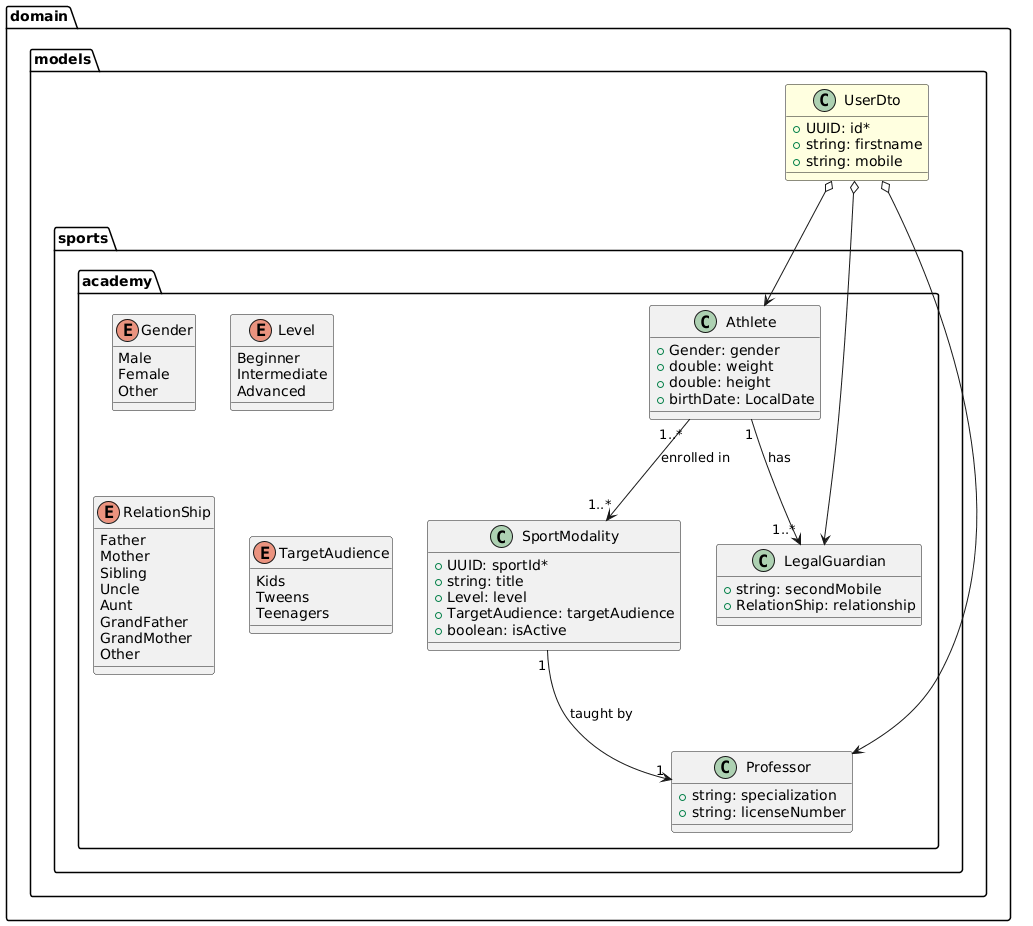
Earlier version of the PlantUML export docs/sports.academy.png (miw-upm/apaw-practice).
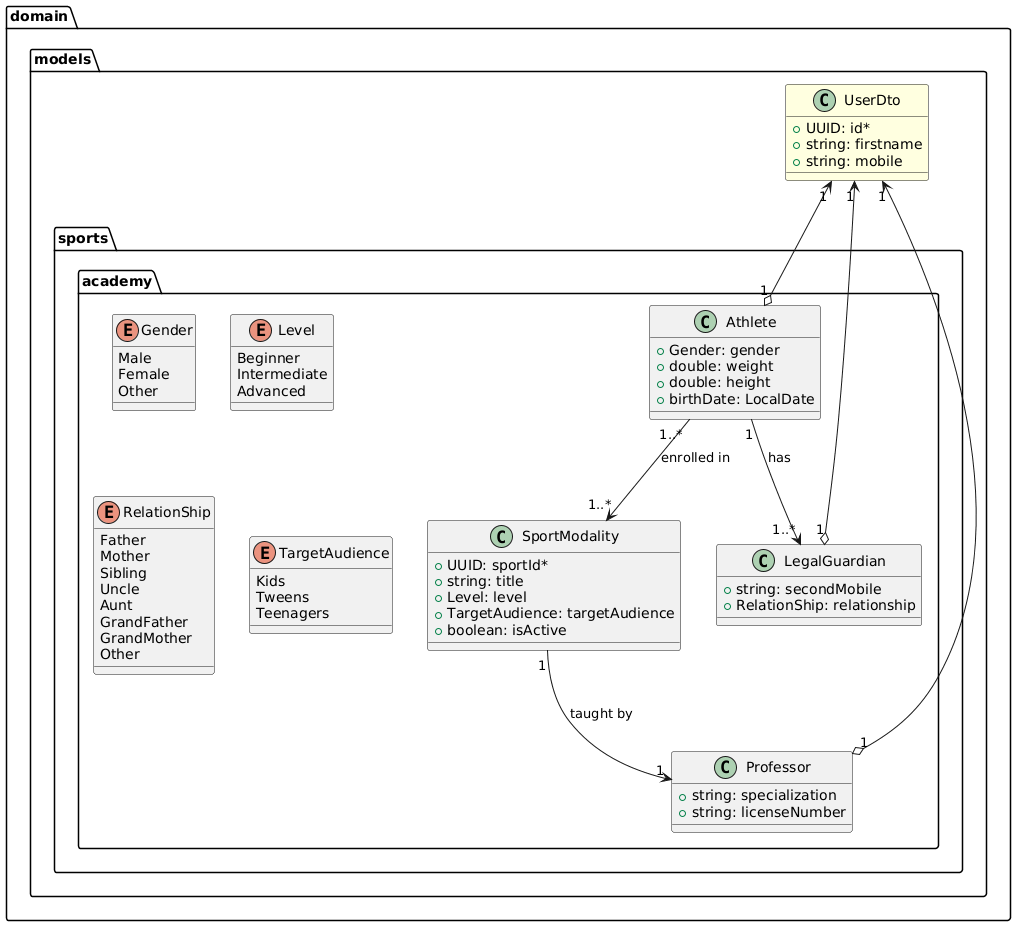
The same diagram one commit later.

Commit message:
Adjust the relations with user dto in the model #1143

Change to the diagram source:
```diff
@@ -68,9 +68,9 @@
         Athlete "1..*" --> "1..*" SportModality : enrolled in
         SportModality "1" --> "1" Professor : taught by
 
-        UserDto o--> Athlete
-        UserDto o--> LegalGuardian
-        UserDto o--> Professor
+        UserDto "1" <--o "1" Athlete
+        UserDto "1" <--o "1" LegalGuardian
+        UserDto "1" <--o "1" Professor
 
     }
 }
```
